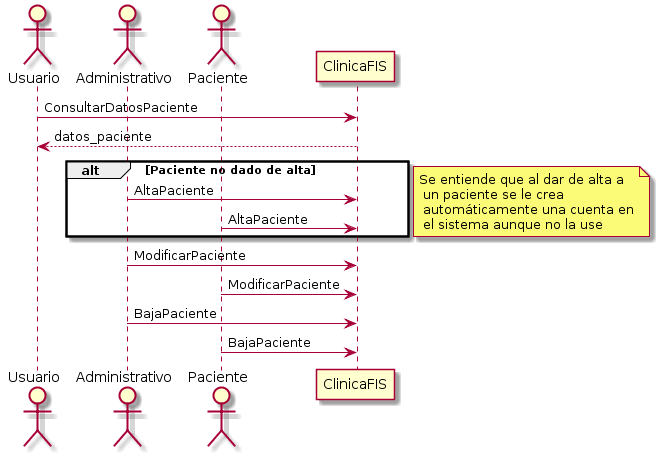
Earlier version of the PlantUML export p3/diagramas/diagramaPaciente.png (jmml97/fis-practicas).
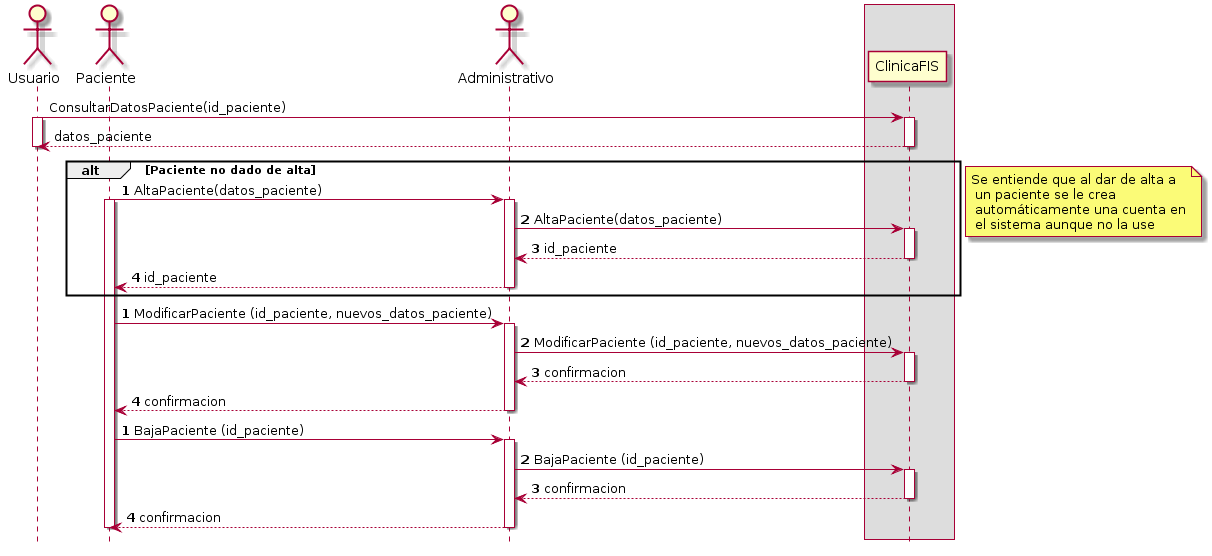
The same diagram one commit later.

Commit message:
Modificando diagramas del paciente. Falta el de personal

What changed in the source:
```diff
@@ -1,15 +1,35 @@
 @startuml
 actor Usuario
+actor Paciente
 actor Administrativo
-actor Paciente
 
-Usuario -> ClinicaFIS : ConsultarDatosPaciente
+box
+	participant ClinicaFIS
+end box
+
+hide footbox
+
+Usuario -> ClinicaFIS : ConsultarDatosPaciente(id_paciente)
+activate Usuario
+activate ClinicaFIS
 ClinicaFIS --> Usuario : datos_paciente
+deactivate Usuario
+deactivate ClinicaFIS
 
-alt Paciente no dado de alta
-	Administrativo -> ClinicaFIS : AltaPaciente
-  Paciente -> ClinicaFIS : AltaPaciente
+autonumber 1
+alt #transparent Paciente no dado de alta
+	Paciente -> Administrativo : AltaPaciente(datos_paciente)
+	activate Paciente
+	activate Administrativo
+	Administrativo -> ClinicaFIS : AltaPaciente(datos_paciente)
+	activate ClinicaFIS
+	ClinicaFIS --> Administrativo : id_paciente
+	deactivate ClinicaFIS
+	Administrativo --> Paciente : id_paciente
+	deactivate Administrativo
 end
+autonumber stop
+
 
 note left
 	Se entiende que al dar de alta a
@@ -18,9 +38,27 @@
   el sistema aunque no la use
 end note
 
-Administrativo -> ClinicaFIS : ModificarPaciente
-Paciente -> ClinicaFIS : ModificarPaciente
+autonumber 1
+Paciente -> Administrativo : ModificarPaciente (id_paciente, nuevos_datos_paciente)
+activate Administrativo
+Administrativo -> ClinicaFIS : ModificarPaciente (id_paciente, nuevos_datos_paciente)
+activate ClinicaFIS
+ClinicaFIS --> Administrativo : confirmacion
+deactivate ClinicaFIS
+Administrativo --> Paciente : confirmacion
+deactivate Administrativo
+autonumber stop
 
-Administrativo -> ClinicaFIS : BajaPaciente
-Paciente -> ClinicaFIS : BajaPaciente
+autonumber 1
+Paciente -> Administrativo : BajaPaciente (id_paciente)
+activate Administrativo
+Administrativo -> ClinicaFIS : BajaPaciente (id_paciente)
+activate ClinicaFIS
+ClinicaFIS --> Administrativo : confirmacion
+deactivate ClinicaFIS
+Administrativo --> Paciente : confirmacion
+deactivate Administrativo
+autonumber stop
+
+deactivate Paciente
 @enduml
```
